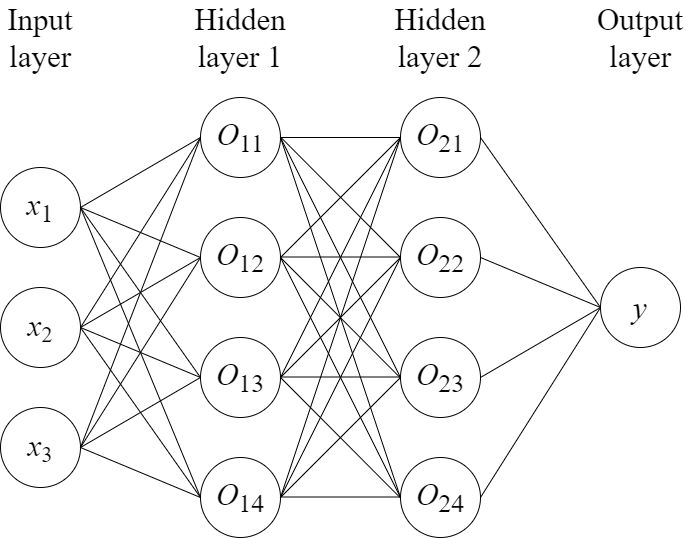
The draw.io diagram report/images/feedforward_nn.png in jjheaton99/Liquid-Crystals-DL, before a commit. Source tidied: cells renumbered, new cells last; positions are measured from the earlier drawing's top-left corner, leaving out a move shared by most shapes.
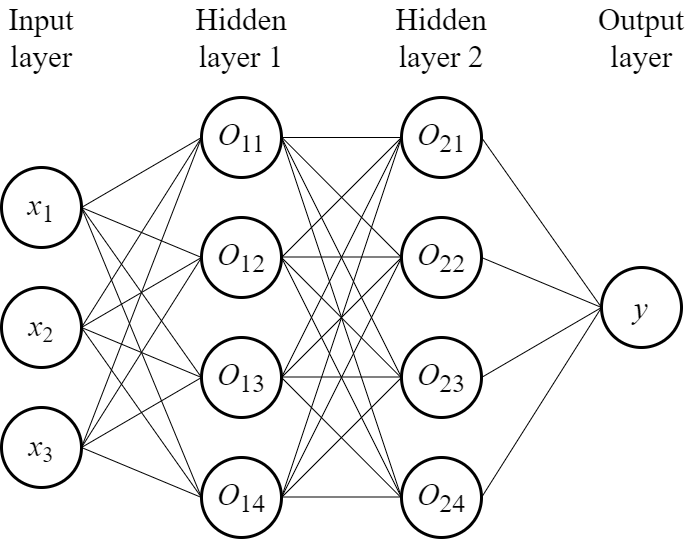
Later version of the same file.

The edit, as a diff of the source:
```diff
@@ -2,40 +2,40 @@
   <root>
     <mxCell id="0" />
     <mxCell id="1" parent="0" />
-    <mxCell id="2" style="ellipse;whiteSpace=wrap;html=1;" parent="1" vertex="1">
+    <mxCell id="2" style="ellipse;whiteSpace=wrap;html=1;strokeWidth=3;" parent="1" vertex="1">
       <mxGeometry y="145" width="80" height="80" as="geometry" />
     </mxCell>
-    <mxCell id="3" style="ellipse;whiteSpace=wrap;html=1;" parent="1" vertex="1">
+    <mxCell id="3" style="ellipse;whiteSpace=wrap;html=1;strokeWidth=3;" parent="1" vertex="1">
       <mxGeometry y="265" width="80" height="80" as="geometry" />
     </mxCell>
-    <mxCell id="4" style="ellipse;whiteSpace=wrap;html=1;" parent="1" vertex="1">
+    <mxCell id="4" style="ellipse;whiteSpace=wrap;html=1;strokeWidth=3;" parent="1" vertex="1">
       <mxGeometry y="385" width="80" height="80" as="geometry" />
     </mxCell>
-    <mxCell id="5" style="ellipse;whiteSpace=wrap;html=1;" parent="1" vertex="1">
+    <mxCell id="5" style="ellipse;whiteSpace=wrap;html=1;strokeWidth=3;" parent="1" vertex="1">
       <mxGeometry x="400" y="75" width="80" height="80" as="geometry" />
     </mxCell>
-    <mxCell id="6" style="ellipse;whiteSpace=wrap;html=1;" parent="1" vertex="1">
+    <mxCell id="6" style="ellipse;whiteSpace=wrap;html=1;strokeWidth=3;" parent="1" vertex="1">
       <mxGeometry x="400" y="195" width="80" height="80" as="geometry" />
     </mxCell>
-    <mxCell id="7" style="ellipse;whiteSpace=wrap;html=1;" parent="1" vertex="1">
+    <mxCell id="7" style="ellipse;whiteSpace=wrap;html=1;strokeWidth=3;" parent="1" vertex="1">
       <mxGeometry x="400" y="315" width="80" height="80" as="geometry" />
     </mxCell>
-    <mxCell id="8" style="ellipse;whiteSpace=wrap;html=1;" parent="1" vertex="1">
+    <mxCell id="8" style="ellipse;whiteSpace=wrap;html=1;strokeWidth=3;" parent="1" vertex="1">
       <mxGeometry x="400" y="435" width="80" height="80" as="geometry" />
     </mxCell>
-    <mxCell id="9" style="ellipse;whiteSpace=wrap;html=1;" parent="1" vertex="1">
+    <mxCell id="9" style="ellipse;whiteSpace=wrap;html=1;strokeWidth=3;" parent="1" vertex="1">
       <mxGeometry x="600" y="245" width="80" height="80" as="geometry" />
     </mxCell>
-    <mxCell id="10" style="ellipse;whiteSpace=wrap;html=1;" parent="1" vertex="1">
+    <mxCell id="10" style="ellipse;whiteSpace=wrap;html=1;strokeWidth=3;" parent="1" vertex="1">
       <mxGeometry x="200" y="75" width="80" height="80" as="geometry" />
     </mxCell>
-    <mxCell id="11" style="ellipse;whiteSpace=wrap;html=1;" parent="1" vertex="1">
+    <mxCell id="11" style="ellipse;whiteSpace=wrap;html=1;strokeWidth=3;" parent="1" vertex="1">
       <mxGeometry x="200" y="195" width="80" height="80" as="geometry" />
     </mxCell>
-    <mxCell id="12" style="ellipse;whiteSpace=wrap;html=1;" parent="1" vertex="1">
+    <mxCell id="12" style="ellipse;whiteSpace=wrap;html=1;strokeWidth=3;" parent="1" vertex="1">
       <mxGeometry x="200" y="315" width="80" height="80" as="geometry" />
     </mxCell>
-    <mxCell id="13" style="ellipse;whiteSpace=wrap;html=1;" parent="1" vertex="1">
+    <mxCell id="13" style="ellipse;whiteSpace=wrap;html=1;strokeWidth=3;" parent="1" vertex="1">
       <mxGeometry x="200" y="435" width="80" height="80" as="geometry" />
     </mxCell>
     <mxCell id="14" style="endArrow=none;html=1;entryX=0;entryY=0.5;entryDx=0;entryDy=0;" parent="1" edge="1" target="10">
```
